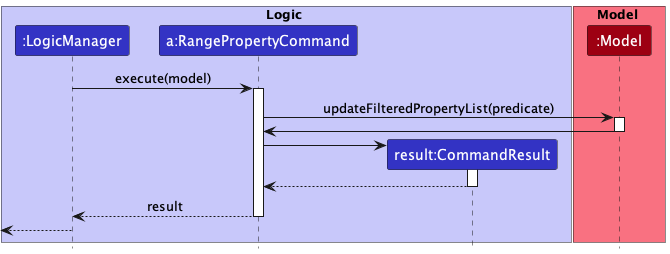
Earlier version of the PlantUML export docs/images/RangeExecuteSequenceDiagram.png (nus-cs2103-AY2223S1/tp).
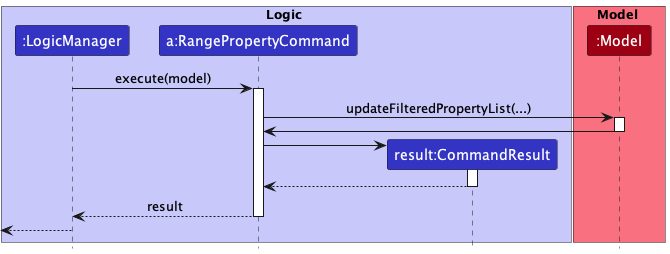
Later version of the same file.

What changed in the source:
```diff
@@ -14,7 +14,7 @@
 LogicManager -> RangePropertyCommand : execute(model)
 activate RangePropertyCommand
 
-RangePropertyCommand -> Model : updateFilteredPropertyList(predicate)
+RangePropertyCommand -> Model : updateFilteredPropertyList(...)
 activate Model
 
 Model -> RangePropertyCommand
```
